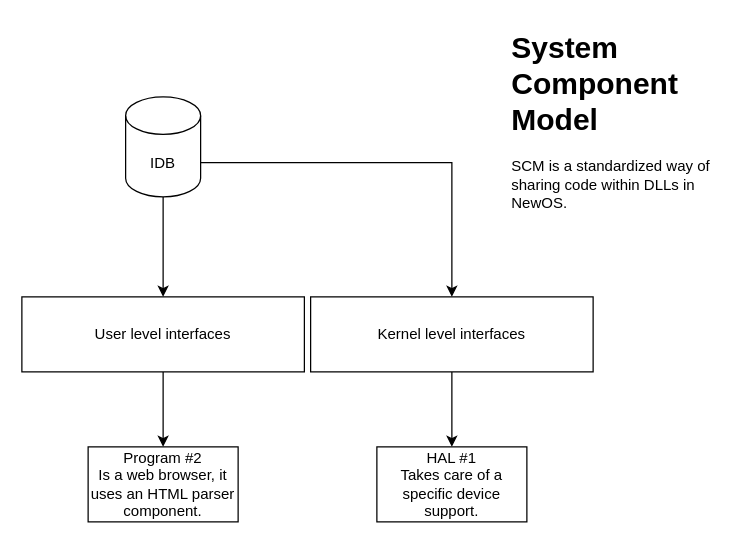
Before: SCIKit/SCM.drawio in nekernel-org/nekernel, a draw.io diagram. Source tidied: cells renumbered, new cells numbered last; positions are measured from the earlier drawing's top-left corner, leaving out a move shared by most shapes. Both pictures are drawn from the tidied source at 125%, with x=0, y=0 at pixel (21, 21).
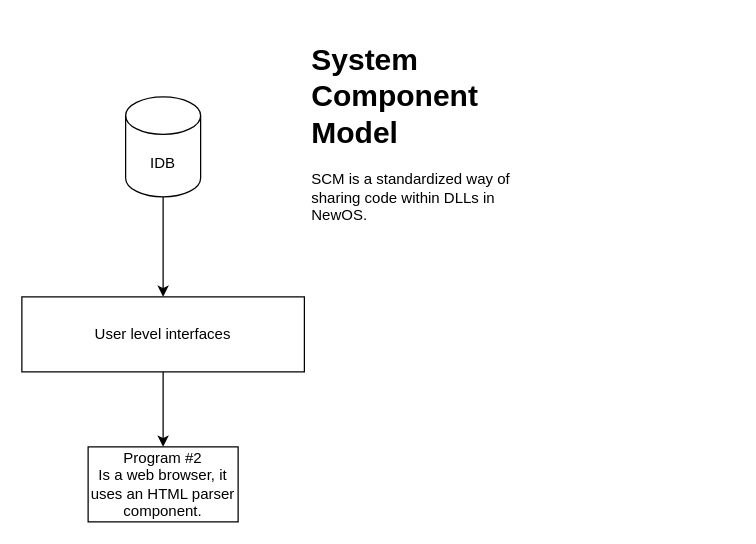
The same diagram, later.

Change to the diagram source:
```diff
@@
 <mxGraphModel>
   <root>
     <mxCell id="0" />
     <mxCell id="1" parent="0" />
-    <mxCell id="2" style="edgeStyle=orthogonalEdgeStyle;rounded=0;jettySize=auto;html=1;exitX=0.5;exitY=1;exitDx=0;exitDy=0;entryX=0.5;entryY=0;entryDx=0;entryDy=0;" parent="1" edge="1" source="3" target="9">
-      <mxGeometry relative="1" as="geometry" />
-    </mxCell>
-    <mxCell id="3" value="Kernel level interfaces" style="rounded=0;whiteSpace=wrap;html=1;" parent="1" vertex="1">
-      <mxGeometry x="231" y="220" width="226" height="60" as="geometry" />
-    </mxCell>
     <mxCell id="4" style="edgeStyle=orthogonalEdgeStyle;rounded=0;jettySize=auto;html=1;exitX=0.5;exitY=1;exitDx=0;exitDy=0;entryX=0.5;entryY=0;entryDx=0;entryDy=0;" parent="1" edge="1" source="5" target="10">
       <mxGeometry relative="1" as="geometry" />
     </mxCell>
     <mxCell id="5" value="User level interfaces" style="rounded=0;whiteSpace=wrap;html=1;" parent="1" vertex="1">
       <mxGeometry y="220" width="226" height="60" as="geometry" />
     </mxCell>
     <mxCell id="6" style="edgeStyle=orthogonalEdgeStyle;rounded=0;jettySize=auto;html=1;" parent="1" edge="1" source="8" target="5">
       <mxGeometry relative="1" as="geometry" />
     </mxCell>
-    <mxCell id="7" style="edgeStyle=orthogonalEdgeStyle;rounded=0;jettySize=auto;html=1;exitX=1;exitY=0;exitDx=0;exitDy=52.5;exitPerimeter=0;" parent="1" edge="1" source="8" target="3">
-      <mxGeometry relative="1" as="geometry" />
-    </mxCell>
     <mxCell id="8" value="IDB" style="shape=cylinder3;whiteSpace=wrap;html=1;boundedLbl=1;backgroundOutline=1;size=15;" parent="1" vertex="1">
       <mxGeometry x="83" y="60" width="60" height="80" as="geometry" />
     </mxCell>
-    <mxCell id="9" value="HAL #1&lt;div&gt;Takes care of a specific device support.&lt;/div&gt;" style="rounded=0;whiteSpace=wrap;html=1;" parent="1" vertex="1">
-      <mxGeometry x="284" y="340" width="120" height="60" as="geometry" />
-    </mxCell>
     <mxCell id="10" value="Program #2&lt;div&gt;Is a web browser, it uses an HTML parser component.&lt;/div&gt;" style="rounded=0;whiteSpace=wrap;html=1;" parent="1" vertex="1">
       <mxGeometry x="53" y="340" width="120" height="60" as="geometry" />
     </mxCell>
     <mxCell id="11" value="&lt;h1 style=&quot;margin-top: 0px;&quot;&gt;System Component Model&lt;/h1&gt;&lt;p&gt;SCM is a standardized way of sharing code within DLLs in NewOS.&lt;/p&gt;" style="text;html=1;whiteSpace=wrap;overflow=hidden;rounded=0;" parent="1" vertex="1">
-      <mxGeometry x="390" width="180" height="180" as="geometry" />
+      <mxGeometry x="230" y="10" width="180" height="180" as="geometry" />
     </mxCell>
   </root>
 </mxGraphModel>
```
